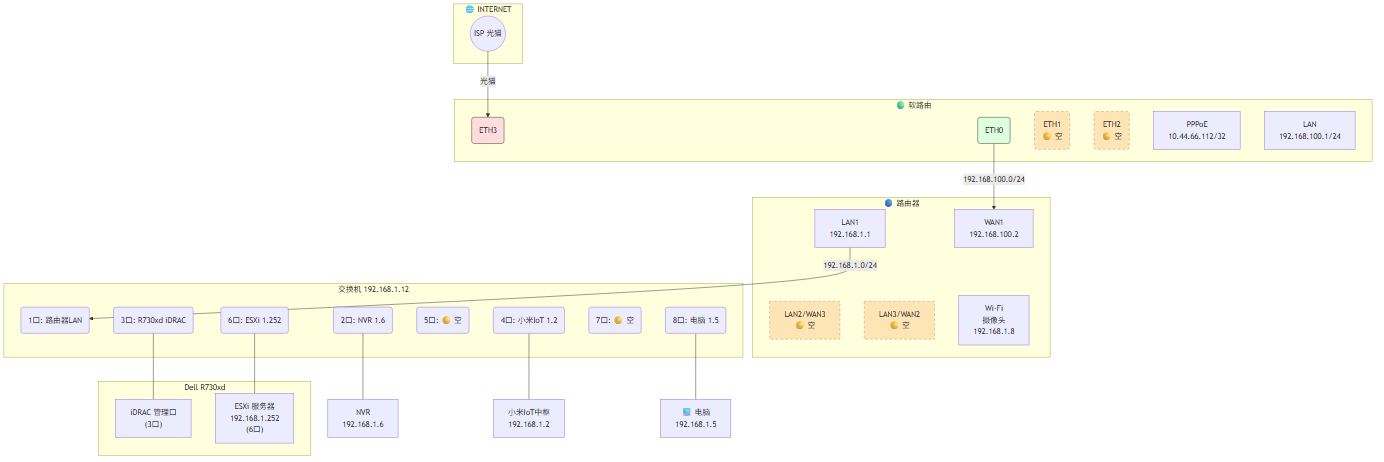
The Mermaid diagram source/img/topo-before.png in never-give-up-cn/myhome, before a commit. Its source is kept beside it as source/img/topo-before.mmd.
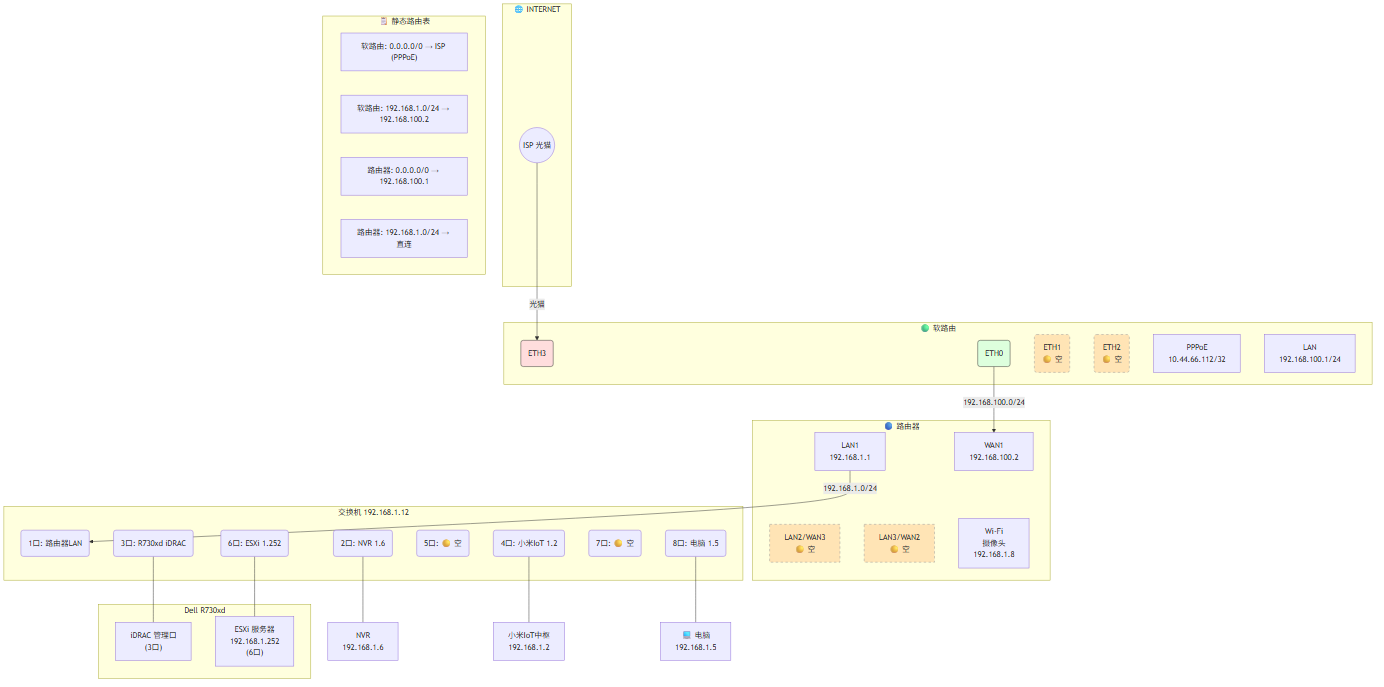
Later version of the same file.

Commit message:
feat: 两个拓扑图均新增详细路由表

Diff of the diagram source:
```diff
@@ -46,6 +46,13 @@
     P8 --- PC["💻 电脑<br/>192.168.1.5"]
     R2 --- WIFI
 
+    subgraph RT["📋 静态路由表"]
+        SR_R1["软路由: 0.0.0.0/0 → ISP (PPPoE)"]
+        SR_R2["软路由: 192.168.1.0/24 → 192.168.100.2"]
+        R2_R1["路由器: 0.0.0.0/0 → 192.168.100.1"]
+        R2_R2["路由器: 192.168.1.0/24 → 直连"]
+    end
+
     classDef wan fill:#FFDDDD,stroke:#333
     classDef lan fill:#DDFFDD,stroke:#333
     classDef idle fill:#FFE4B5,stroke:#999,stroke-dasharray: 5 5
```
